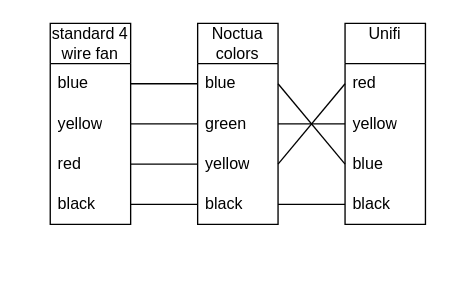
Above: Unif DreamWall PSU fan wiring.drawio in Floriszz/DrawIOdiagrams (draw.io), before the change. Source tidied: cells renumbered, new cells numbered last; positions are measured from the earlier drawing's top-left corner, leaving out a move shared by most shapes. Both pictures are drawn from the tidied source at 134%, with x=0, y=0 at pixel (50, 23).
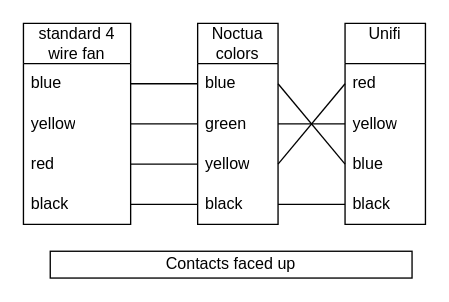
The same page after the edit.

The edit, as a diff of the source:
```diff
@@
     <mxCell id="4" value="standard 4 wire fan" style="swimlane;fontStyle=0;horizontal=1;startSize=30;whiteSpace=wrap;html=1;" parent="1" vertex="1">
-      <mxGeometry width="60" height="150" as="geometry" />
+      <mxGeometry x="-20" width="80" height="150" as="geometry" />
     </mxCell>
     <mxCell id="5" value="blue" style="text;strokeColor=none;fillColor=none;align=left;verticalAlign=middle;spacingLeft=4;spacingRight=4;overflow=hidden;points=[[0,0.5],[1,0.5]];portConstraint=eastwest;whiteSpace=wrap;html=1;" parent="4" vertex="1">
-      <mxGeometry y="30" width="60" height="30" as="geometry" />
+      <mxGeometry y="30" width="80" height="30" as="geometry" />
     </mxCell>
     <mxCell id="6" value="yellow" style="text;strokeColor=none;fillColor=none;align=left;verticalAlign=middle;spacingLeft=4;spacingRight=4;overflow=hidden;points=[[0,0.5],[1,0.5]];portConstraint=eastwest;whiteSpace=wrap;html=1;" parent="4" vertex="1">
-      <mxGeometry y="60" width="60" height="30" as="geometry" />
+      <mxGeometry y="60" width="80" height="30" as="geometry" />
     </mxCell>
     <mxCell id="7" value="red" style="text;strokeColor=none;fillColor=none;align=left;verticalAlign=middle;spacingLeft=4;spacingRight=4;overflow=hidden;points=[[0,0.5],[1,0.5]];portConstraint=eastwest;whiteSpace=wrap;html=1;" parent="4" vertex="1">
-      <mxGeometry y="90" width="60" height="30" as="geometry" />
+      <mxGeometry y="90" width="80" height="30" as="geometry" />
     </mxCell>
     <mxCell id="8" value="black" style="text;strokeColor=none;fillColor=none;align=left;verticalAlign=middle;spacingLeft=4;spacingRight=4;overflow=hidden;points=[[0,0.5],[1,0.5]];portConstraint=eastwest;whiteSpace=wrap;html=1;" parent="4" vertex="1">
-      <mxGeometry y="120" width="60" height="30" as="geometry" />
+      <mxGeometry y="120" width="80" height="30" as="geometry" />
     </mxCell>
@@
+    <mxCell id="25" value="Contacts faced up" style="rounded=0;whiteSpace=wrap;html=1;" parent="1" vertex="1">
+      <mxGeometry y="170" width="270" height="20" as="geometry" />
+    </mxCell>
```
